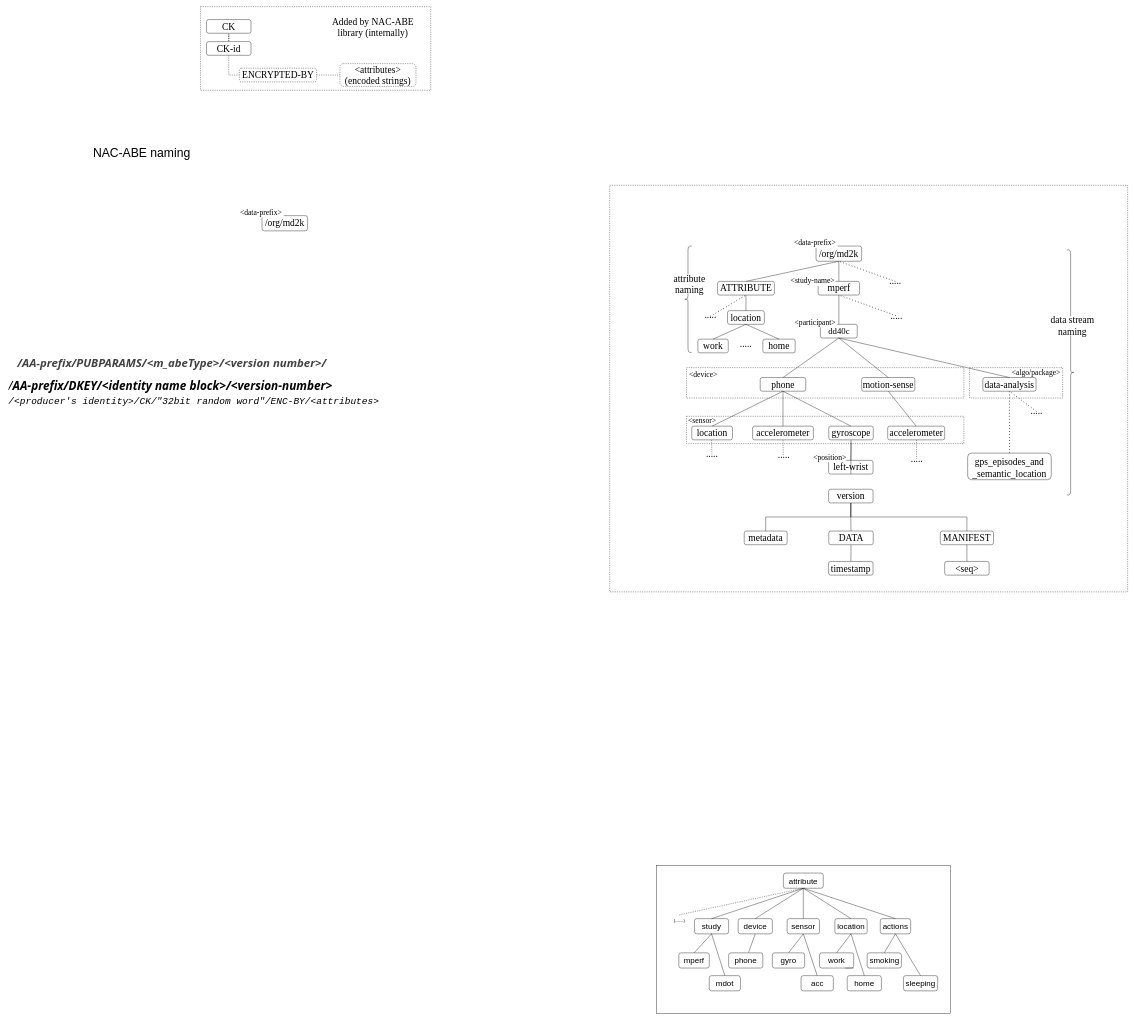
Earlier version of the draw.io diagram page "Namespace" (2 of 4) of docs/latest mGuard .drawio (dulalsaurab/new-mguard). Source tidied: cells renumbered, new cells numbered last; positions are measured from the earlier drawing's top-left corner, leaving out a move shared by most shapes. Both pictures are drawn from the tidied source at 38%, with x=0, y=0 at pixel (6, 6).
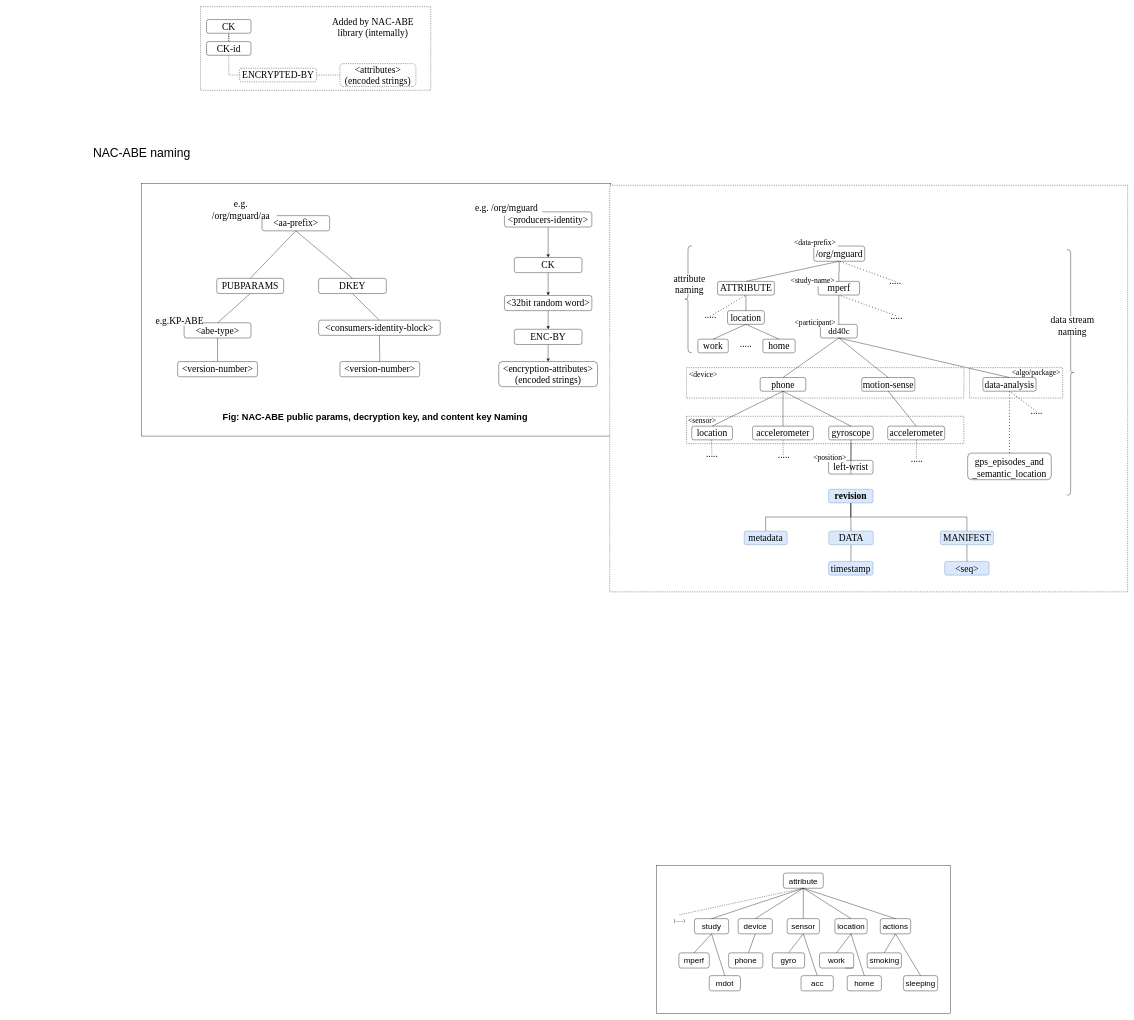
Above is the later version.

Change to the diagram source:
```diff
@@
+    <mxCell id="124" style="rounded=0;whiteSpace=wrap;html=1;" parent="1" vertex="1">
+      <mxGeometry x="355" y="465" width="1235" height="665" as="geometry" />
+    </mxCell>
@@
-    <mxCell id="8" value="&lt;font style=&quot;font-size: 25px&quot; face=&quot;Times New Roman&quot;&gt;/org/md2k&lt;/font&gt;" style="rounded=1;whiteSpace=wrap;html=1;fontStyle=0;" parent="1" vertex="1">
-      <mxGeometry x="2130" y="630" width="120" height="40" as="geometry" />
+    <mxCell id="8" value="&lt;font style=&quot;font-size: 25px&quot; face=&quot;Times New Roman&quot;&gt;/org/mguard&lt;/font&gt;" style="rounded=1;whiteSpace=wrap;html=1;fontStyle=0;" parent="1" vertex="1">
+      <mxGeometry x="2124" y="630" width="134" height="40" as="geometry" />
     </mxCell>
@@
-    <mxCell id="32" value="&lt;span style=&quot;font-size: 25px;&quot;&gt;DATA&lt;/span&gt;" style="rounded=1;whiteSpace=wrap;html=1;fontStyle=0;fontFamily=Times New Roman;fontSize=25;" parent="1" vertex="1">
+    <mxCell id="32" value="&lt;span style=&quot;font-size: 25px;&quot;&gt;DATA&lt;/span&gt;" style="rounded=1;whiteSpace=wrap;html=1;fontStyle=0;fontFamily=Times New Roman;fontSize=25;fillColor=#dae8fc;strokeColor=#6c8ebf;" parent="1" vertex="1">
       <mxGeometry x="2163.5" y="1380" width="117" height="36" as="geometry" />
     </mxCell>
-    <mxCell id="33" value="&lt;span style=&quot;font-size: 25px&quot;&gt;MANIFEST&lt;/span&gt;" style="rounded=1;whiteSpace=wrap;html=1;fontStyle=0;fontFamily=Times New Roman;fontSize=25;" parent="1" vertex="1">
+    <mxCell id="33" value="&lt;span style=&quot;font-size: 25px&quot;&gt;MANIFEST&lt;/span&gt;" style="rounded=1;whiteSpace=wrap;html=1;fontStyle=0;fontFamily=Times New Roman;fontSize=25;fillColor=#dae8fc;strokeColor=#6c8ebf;" parent="1" vertex="1">
       <mxGeometry x="2457" y="1380" width="140" height="36" as="geometry" />
     </mxCell>
-    <mxCell id="34" value="&lt;span style=&quot;font-size: 25px;&quot;&gt;&amp;lt;seq&amp;gt;&lt;/span&gt;" style="rounded=1;whiteSpace=wrap;html=1;fontStyle=0;fontFamily=Times New Roman;fontSize=25;" parent="1" vertex="1">
+    <mxCell id="34" value="&lt;span style=&quot;font-size: 25px;&quot;&gt;&amp;lt;seq&amp;gt;&lt;/span&gt;" style="rounded=1;whiteSpace=wrap;html=1;fontStyle=0;fontFamily=Times New Roman;fontSize=25;fillColor=#dae8fc;strokeColor=#6c8ebf;" parent="1" vertex="1">
       <mxGeometry x="2468.5" y="1460" width="117" height="36" as="geometry" />
     </mxCell>
-    <mxCell id="35" value="&lt;span style=&quot;font-size: 25px;&quot;&gt;timestamp&lt;/span&gt;" style="rounded=1;whiteSpace=wrap;html=1;fontStyle=0;fontFamily=Times New Roman;fontSize=25;" parent="1" vertex="1">
+    <mxCell id="35" value="&lt;span style=&quot;font-size: 25px;&quot;&gt;timestamp&lt;/span&gt;" style="rounded=1;whiteSpace=wrap;html=1;fontStyle=0;fontFamily=Times New Roman;fontSize=25;fillColor=#dae8fc;strokeColor=#6c8ebf;" parent="1" vertex="1">
       <mxGeometry x="2163" y="1460" width="117" height="36" as="geometry" />
     </mxCell>
@@
-    <mxCell id="108" value="&lt;span style=&quot;font-size: 25px;&quot;&gt;version&lt;/span&gt;" style="rounded=1;whiteSpace=wrap;html=1;fontStyle=0;fontFamily=Times New Roman;fontSize=25;" parent="1" vertex="1">
+    <mxCell id="108" value="&lt;span style=&quot;font-size: 25px;&quot;&gt;revision&lt;/span&gt;" style="rounded=1;whiteSpace=wrap;html=1;fontStyle=1;fontFamily=Times New Roman;fontSize=25;fillColor=#dae8fc;strokeColor=#6c8ebf;" parent="1" vertex="1">
       <mxGeometry x="2163" y="1270" width="117" height="36" as="geometry" />
     </mxCell>
-    <mxCell id="109" value="&lt;span style=&quot;font-size: 25px;&quot;&gt;metadata&lt;/span&gt;" style="rounded=1;whiteSpace=wrap;html=1;fontStyle=0;fontFamily=Times New Roman;fontSize=25;" parent="1" vertex="1">
+    <mxCell id="109" value="&lt;span style=&quot;font-size: 25px;&quot;&gt;metadata&lt;/span&gt;" style="rounded=1;whiteSpace=wrap;html=1;fontStyle=0;fontFamily=Times New Roman;fontSize=25;fillColor=#dae8fc;strokeColor=#6c8ebf;" parent="1" vertex="1">
       <mxGeometry x="1941" y="1380" width="113" height="36" as="geometry" />
     </mxCell>
@@
-    <mxCell id="120" value="&lt;font style=&quot;font-size: 25px&quot; face=&quot;Times New Roman&quot;&gt;/org/md2k&lt;/font&gt;" style="rounded=1;whiteSpace=wrap;html=1;fontStyle=0;" parent="1" vertex="1">
-      <mxGeometry x="672" y="550" width="120" height="40" as="geometry" />
+    <mxCell id="120" value="&lt;font style=&quot;font-size: 25px&quot;&gt;&amp;lt;aa-prefix&amp;gt;&lt;/font&gt;" style="rounded=1;whiteSpace=wrap;html=1;fontStyle=0;fontFamily=Times New Roman;" parent="1" vertex="1">
+      <mxGeometry x="672" y="550" width="178" height="40" as="geometry" />
     </mxCell>
-    <mxCell id="121" value="&amp;lt;data-prefix&amp;gt;" style="text;html=1;strokeColor=none;fillColor=default;align=center;verticalAlign=middle;whiteSpace=wrap;rounded=0;dashed=1;fontStyle=0;fontFamily=Times New Roman;fontSize=20;labelBackgroundColor=none;labelBorderColor=none;" parent="1" vertex="1">
-      <mxGeometry x="610" y="525" width="119" height="30" as="geometry" />
+    <mxCell id="121" value="&lt;font style=&quot;font-size: 25px;&quot;&gt;e.g. /org/mguard/aa&lt;/font&gt;" style="text;html=1;strokeColor=none;fillColor=default;align=center;verticalAlign=middle;whiteSpace=wrap;rounded=0;dashed=1;fontStyle=0;fontFamily=Times New Roman;fontSize=20;labelBackgroundColor=none;labelBorderColor=none;" parent="1" vertex="1">
+      <mxGeometry x="522" y="512" width="189" height="45" as="geometry" />
     </mxCell>
@@
-    <mxCell id="123" value="&lt;h1 style=&quot;font-size: 30px;&quot;&gt;&lt;i style=&quot;border-color: var(--border-color); font-family: inherit; font-variant-ligatures: inherit; font-variant-caps: inherit;&quot;&gt;&lt;b style=&quot;border-color: var(--border-color);&quot;&gt;&lt;/b&gt;&lt;span style=&quot;border: 0px; font-style: inherit; font-variant: inherit; font-weight: inherit; font-stretch: inherit; font-size: 12pt; line-height: inherit; font-family: Consolas, Courier, monospace; font-optical-sizing: inherit; font-kerning: inherit; font-feature-settings: inherit; font-variation-settings: inherit; margin: 0px; padding: 0px; vertical-align: baseline; color: inherit; background-color: transparent !important;&quot;&gt;&lt;/span&gt;&lt;/i&gt;&lt;i style=&quot;border-color: var(--border-color); font-family: inherit; font-variant-ligatures: inherit; font-variant-caps: inherit;&quot;&gt;&lt;b style=&quot;border-color: var(--border-color);&quot;&gt;&lt;/b&gt;&lt;span style=&quot;border: 0px; font-style: inherit; font-variant: inherit; font-weight: inherit; font-stretch: inherit; font-size: 12pt; line-height: inherit; font-family: Consolas, Courier, monospace; font-optical-sizing: inherit; font-kerning: inherit; font-feature-settings: inherit; font-variation-settings: inherit; margin: 0px; padding: 0px; vertical-align: baseline; color: inherit; background-color: transparent !important;&quot;&gt;&lt;/span&gt;&lt;/i&gt;&lt;i style=&quot;border-color: var(--border-color); font-family: inherit; font-variant-ligatures: inherit; font-variant-caps: inherit;&quot;&gt;&lt;b style=&quot;border-color: var(--border-color);&quot;&gt;&lt;/b&gt;&lt;span style=&quot;border: 0px; font-style: inherit; font-variant: inherit; font-weight: inherit; font-stretch: inherit; font-size: 12pt; line-height: inherit; font-family: Consolas, Courier, monospace; font-optical-sizing: inherit; font-kerning: inherit; font-feature-settings: inherit; font-variation-settings: inherit; margin: 0px; padding: 0px; vertical-align: baseline; color: inherit; background-color: transparent !important;&quot;&gt;&lt;/span&gt;&lt;/i&gt;&lt;div style=&quot;border: 0px; font-variant-numeric: inherit; font-variant-east-asian: inherit; font-variant-alternates: inherit; font-weight: 400; font-stretch: inherit; font-size: 15px; line-height: inherit; font-family: &amp;quot;Segoe UI&amp;quot;, &amp;quot;Segoe UI Web (West European)&amp;quot;, &amp;quot;Segoe UI&amp;quot;, -apple-system, &amp;quot;system-ui&amp;quot;, Roboto, &amp;quot;Helvetica Neue&amp;quot;, sans-serif; font-optical-sizing: inherit; font-kerning: inherit; font-feature-settings: inherit; font-variation-settings: inherit; margin: 0px; padding: 0px; vertical-align: baseline; background-color: rgb(255, 255, 255);&quot;&gt;&lt;i style=&quot;font-family: inherit; font-variant-caps: inherit; font-variant-ligatures: inherit;&quot;&gt;&lt;b&gt;&lt;span style=&quot;border: 0px; font-style: inherit; font-variant: inherit; font-weight: inherit; font-stretch: inherit; font-size: 12pt; line-height: inherit; font-optical-sizing: inherit; font-kerning: inherit; font-feature-settings: inherit; font-variation-settings: inherit; margin: 0px; padding: 0px; vertical-align: baseline; color: rgb(66, 66, 66) !important; background-color: transparent !important;&quot;&gt;&lt;/span&gt;&lt;/b&gt;&lt;/i&gt;&lt;/div&gt;&lt;i style=&quot;border-color: var(--border-color); font-family: inherit; font-variant-ligatures: inherit; font-variant-caps: inherit;&quot;&gt;&lt;span style=&quot;border: 0px; font-style: inherit; font-variant: inherit; font-weight: inherit; font-stretch: inherit; line-height: inherit; font-family: Consolas, Courier, monospace; font-optical-sizing: inherit; font-kerning: inherit; font-feature-settings: inherit; font-variation-settings: inherit; margin: 0px; padding: 0px; vertical-align: baseline; color: inherit; background-color: transparent !important;&quot;&gt;&lt;b style=&quot;border-color: var(--border-color);&quot;&gt;&lt;span style=&quot;border: 0px; font-style: inherit; font-variant: inherit; font-weight: inherit; font-stretch: inherit; line-height: inherit; font-optical-sizing: inherit; font-kerning: inherit; font-feature-settings: inherit; font-variation-settings: inherit; margin: 0px; padding: 0px; vertical-align: baseline; color: rgb(66, 66, 66) !important; background-color: transparent !important;&quot;&gt;&lt;span style=&quot;border: 0px; font-style: inherit; font-variant: inherit; font-weight: inherit; font-stretch: inherit; line-height: inherit; font-family: Tahoma, Geneva, sans-serif; font-optical-sizing: inherit; font-kerning: inherit; font-feature-settings: inherit; font-variation-settings: inherit; margin: 0px; padding: 0px; vertical-align: baseline; background-color: transparent !important;&quot;&gt;&amp;nbsp; &amp;nbsp;/AA-prefix/PUBPARAMS&lt;/span&gt;&lt;/span&gt;&lt;/b&gt;&lt;/span&gt;&lt;/i&gt;&lt;i style=&quot;font-family: inherit; font-weight: 400; font-variant-caps: inherit; font-variant-ligatures: inherit;&quot;&gt;&lt;b&gt;&lt;span style=&quot;border: 0px; font-style: inherit; font-variant: inherit; font-weight: inherit; font-stretch: inherit; line-height: inherit; font-optical-sizing: inherit; font-kerning: inherit; font-feature-settings: inherit; font-variation-settings: inherit; margin: 0px; padding: 0px; vertical-align: baseline; color: rgb(66, 66, 66) !important; background-color: transparent !important;&quot;&gt;&lt;span style=&quot;border: 0px; font-style: inherit; font-variant: inherit; font-weight: inherit; font-stretch: inherit; line-height: inherit; font-family: Tahoma, Geneva, sans-serif; font-optical-sizing: inherit; font-kerning: inherit; font-feature-settings: inherit; font-variation-settings: inherit; margin: 0px; padding: 0px; vertical-align: baseline; background-color: transparent !important;&quot;&gt;/&amp;lt;&lt;/span&gt;&lt;/span&gt;&lt;span style=&quot;border: 0px; font: inherit; margin: 0px; padding: 0px; vertical-align: baseline; color: inherit; background-color: transparent !important;&quot;&gt;&lt;span style=&quot;border: 0px; font: inherit; margin: 0px; padding: 0px; vertical-align: baseline; color: inherit;&quot;&gt;&lt;span style=&quot;border: 0px; font-style: inherit; font-variant: inherit; font-weight: inherit; font-stretch: inherit; line-height: inherit; font-family: Tahoma, Geneva, sans-serif; font-optical-sizing: inherit; font-kerning: inherit; font-feature-settings: inherit; font-variation-settings: inherit; margin: 0px; padding: 0px; vertical-align: baseline; color: rgb(66, 66, 66) !important; background-color: transparent !important;&quot;&gt;m_abeType&lt;/span&gt;&lt;/span&gt;&lt;/span&gt;&lt;span style=&quot;border: 0px; font-style: inherit; font-variant: inherit; font-weight: inherit; font-stretch: inherit; line-height: inherit; font-optical-sizing: inherit; font-kerning: inherit; font-feature-settings: inherit; font-variation-settings: inherit; margin: 0px; padding: 0px; vertical-align: baseline; color: rgb(66, 66, 66) !important; background-color: transparent !important;&quot;&gt;&lt;span style=&quot;border: 0px; font-style: inherit; font-variant: inherit; font-weight: inherit; font-stretch: inherit; line-height: inherit; font-family: Tahoma, Geneva, sans-serif; font-optical-sizing: inherit; font-kerning: inherit; font-feature-settings: inherit; font-variation-settings: inherit; margin: 0px; padding: 0px; vertical-align: baseline; background-color: transparent !important;&quot;&gt;&amp;gt;/&amp;lt;version number&amp;gt;/&lt;/span&gt;&lt;/span&gt;&lt;/b&gt;&lt;/i&gt;&lt;/h1&gt;&lt;div style=&quot;font-size: 31px;&quot;&gt;&lt;i style=&quot;font-family: Tahoma, Geneva, sans-serif; background-color: rgb(255, 255, 255);&quot;&gt;/&lt;b&gt;AA-prefix/DKEY/&amp;lt;identity name block&amp;gt;/&amp;lt;version-number&amp;gt;&lt;/b&gt;&lt;/i&gt;&lt;/div&gt;&lt;div style=&quot;&quot;&gt;&lt;i style=&quot;font-family: Consolas, Courier, monospace; background-color: rgb(255, 255, 255);&quot;&gt;&lt;font style=&quot;font-size: 25px;&quot;&gt;/&amp;lt;producer's identity&amp;gt;/CK/&quot;32bit random word&quot;/ENC-BY/&amp;lt;attributes&amp;gt;&lt;/font&gt;&lt;/i&gt;&lt;i style=&quot;font-size: 31px; font-family: Tahoma, Geneva, sans-serif; background-color: rgb(255, 255, 255);&quot;&gt;&lt;b&gt;&lt;br&gt;&lt;/b&gt;&lt;/i&gt;&lt;/div&gt;" style="text;html=1;strokeColor=none;fillColor=none;spacing=5;spacingTop=-20;whiteSpace=wrap;overflow=hidden;rounded=0;" parent="1" vertex="1">
-      <mxGeometry y="910" width="1520" height="410" as="geometry" />
-    </mxCell>
+    <mxCell id="125" style="edgeStyle=none;rounded=0;jettySize=auto;html=1;exitX=0.5;exitY=1;exitDx=0;exitDy=0;entryX=0.5;entryY=0;entryDx=0;entryDy=0;endArrow=none;endFill=0;" parent="1" edge="1" source="126" target="132">
+      <mxGeometry relative="1" as="geometry" />
+    </mxCell>
+    <mxCell id="126" value="&lt;font style=&quot;font-size: 25px&quot;&gt;PUBPARAMS&lt;/font&gt;" style="rounded=1;whiteSpace=wrap;html=1;fontStyle=0;fontFamily=Times New Roman;" parent="1" vertex="1">
+      <mxGeometry x="553" y="715" width="176" height="40" as="geometry" />
+    </mxCell>
+    <mxCell id="127" style="edgeStyle=none;rounded=0;jettySize=auto;html=1;exitX=0.5;exitY=1;exitDx=0;exitDy=0;entryX=0.5;entryY=0;entryDx=0;entryDy=0;endArrow=none;endFill=0;" parent="1" edge="1" source="128" target="138">
+      <mxGeometry relative="1" as="geometry" />
+    </mxCell>
+    <mxCell id="128" value="&lt;font style=&quot;font-size: 25px&quot;&gt;DKEY&lt;/font&gt;" style="rounded=1;whiteSpace=wrap;html=1;fontStyle=0;fontFamily=Times New Roman;" parent="1" vertex="1">
+      <mxGeometry x="821" y="715" width="178" height="40" as="geometry" />
+    </mxCell>
+    <mxCell id="129" style="endArrow=none;html=1;rounded=0;entryX=0.5;entryY=1;entryDx=0;entryDy=0;exitX=0.5;exitY=0;exitDx=0;exitDy=0;" parent="1" edge="1" source="126" target="120">
+      <mxGeometry relative="1" as="geometry" />
+    </mxCell>
+    <mxCell id="130" style="endArrow=none;html=1;rounded=0;entryX=0.5;entryY=1;entryDx=0;entryDy=0;exitX=0.5;exitY=0;exitDx=0;exitDy=0;" parent="1" edge="1" source="128" target="120">
+      <mxGeometry relative="1" as="geometry" />
+    </mxCell>
+    <mxCell id="131" style="edgeStyle=none;rounded=0;jettySize=auto;html=1;exitX=0.5;exitY=1;exitDx=0;exitDy=0;entryX=0.5;entryY=0;entryDx=0;entryDy=0;endArrow=none;endFill=0;" parent="1" edge="1" source="132" target="135">
+      <mxGeometry relative="1" as="geometry" />
+    </mxCell>
+    <mxCell id="132" value="&lt;font style=&quot;font-size: 25px;&quot;&gt;&amp;lt;abe-type&amp;gt;&lt;/font&gt;" style="rounded=1;whiteSpace=wrap;html=1;fontStyle=0;fontFamily=Times New Roman;" parent="1" vertex="1">
+      <mxGeometry x="467" y="832" width="176" height="40" as="geometry" />
+    </mxCell>
+    <mxCell id="133" style="edgeStyle=orthogonalEdgeStyle;rounded=0;orthogonalLoop=1;jettySize=auto;html=1;exitX=0.5;exitY=1;exitDx=0;exitDy=0;" parent="1" edge="1" source="126" target="126">
+      <mxGeometry relative="1" as="geometry" />
+    </mxCell>
+    <mxCell id="134" value="&lt;span style=&quot;color: rgb(0, 0, 0); font-family: &amp;quot;Times New Roman&amp;quot;; font-size: 25px; font-style: normal; font-variant-ligatures: normal; font-variant-caps: normal; font-weight: 400; letter-spacing: normal; orphans: 2; text-align: center; text-indent: 0px; text-transform: none; widows: 2; word-spacing: 0px; -webkit-text-stroke-width: 0px; background-color: rgb(251, 251, 251); text-decoration-thickness: initial; text-decoration-style: initial; text-decoration-color: initial; float: none; display: inline !important;&quot;&gt;e.g.KP-ABE&lt;/span&gt;" style="text;whiteSpace=wrap;html=1;" parent="1" vertex="1">
+      <mxGeometry x="390" y="805" width="130" height="34" as="geometry" />
+    </mxCell>
+    <mxCell id="135" value="&lt;font&gt;&lt;span style=&quot;font-size: 25px;&quot;&gt;&amp;lt;version-number&amp;gt;&lt;/span&gt;&lt;/font&gt;" style="rounded=1;whiteSpace=wrap;html=1;fontStyle=0;fontFamily=Times New Roman;" parent="1" vertex="1">
+      <mxGeometry x="450" y="934" width="210" height="40" as="geometry" />
+    </mxCell>
+    <mxCell id="136" value="&lt;font&gt;&lt;span style=&quot;font-size: 25px;&quot;&gt;&amp;lt;version-number&amp;gt;&lt;/span&gt;&lt;/font&gt;" style="rounded=1;whiteSpace=wrap;html=1;fontStyle=0;fontFamily=Times New Roman;" parent="1" vertex="1">
+      <mxGeometry x="877" y="934" width="210" height="40" as="geometry" />
+    </mxCell>
+    <mxCell id="137" style="edgeStyle=none;rounded=0;jettySize=auto;html=1;exitX=0.5;exitY=1;exitDx=0;exitDy=0;entryX=0.5;entryY=0;entryDx=0;entryDy=0;endArrow=none;endFill=0;" parent="1" edge="1" source="138" target="136">
+      <mxGeometry relative="1" as="geometry" />
+    </mxCell>
+    <mxCell id="138" value="&lt;font style=&quot;font-size: 25px;&quot;&gt;&amp;lt;consumers-identity-block&amp;gt;&lt;/font&gt;" style="rounded=1;whiteSpace=wrap;html=1;fontStyle=0;fontFamily=Times New Roman;" parent="1" vertex="1">
+      <mxGeometry x="821" y="825" width="320" height="40" as="geometry" />
+    </mxCell>
+    <mxCell id="139" style="edgeStyle=none;rounded=0;jettySize=auto;html=1;exitX=0.5;exitY=1;exitDx=0;exitDy=0;" parent="1" edge="1" source="140" target="143">
+      <mxGeometry relative="1" as="geometry" />
+    </mxCell>
+    <mxCell id="140" value="&lt;font style=&quot;font-size: 25px;&quot;&gt;&amp;lt;producers-identity&amp;gt;&lt;/font&gt;" style="rounded=1;whiteSpace=wrap;html=1;fontStyle=0;fontFamily=Times New Roman;" parent="1" vertex="1">
+      <mxGeometry x="1310" y="540" width="230" height="40" as="geometry" />
+    </mxCell>
+    <mxCell id="141" value="&lt;font face=&quot;Times New Roman&quot; style=&quot;font-size: 25px;&quot;&gt;e.g. /org/mguard&lt;/font&gt;" style="text;html=1;align=center;verticalAlign=middle;strokeColor=none;fillColor=default;" parent="1" vertex="1">
+      <mxGeometry x="1220" y="510" width="190" height="40" as="geometry" />
+    </mxCell>
+    <mxCell id="142" style="edgeStyle=none;rounded=0;jettySize=auto;html=1;exitX=0.5;exitY=1;exitDx=0;exitDy=0;" parent="1" edge="1" source="143" target="145">
+      <mxGeometry relative="1" as="geometry" />
+    </mxCell>
+    <mxCell id="143" value="&lt;font style=&quot;font-size: 25px&quot;&gt;CK&lt;/font&gt;" style="rounded=1;whiteSpace=wrap;html=1;fontStyle=0;fontFamily=Times New Roman;" parent="1" vertex="1">
+      <mxGeometry x="1336" y="660" width="178" height="40" as="geometry" />
+    </mxCell>
+    <mxCell id="144" style="edgeStyle=none;rounded=0;jettySize=auto;html=1;exitX=0.5;exitY=1;exitDx=0;exitDy=0;entryX=0.5;entryY=0;entryDx=0;entryDy=0;" parent="1" edge="1" source="145" target="148">
+      <mxGeometry relative="1" as="geometry" />
+    </mxCell>
+    <mxCell id="145" value="&lt;font style=&quot;font-size: 25px&quot;&gt;&amp;lt;32bit random word&amp;gt;&lt;/font&gt;" style="rounded=1;whiteSpace=wrap;html=1;fontStyle=0;fontFamily=Times New Roman;" parent="1" vertex="1">
+      <mxGeometry x="1310" y="760" width="230" height="40" as="geometry" />
+    </mxCell>
+    <mxCell id="146" value="&lt;font style=&quot;font-size: 25px&quot;&gt;&amp;lt;encryption-attributes&amp;gt;&lt;br&gt;(encoded strings)&lt;br&gt;&lt;/font&gt;" style="rounded=1;whiteSpace=wrap;html=1;fontStyle=0;fontFamily=Times New Roman;" parent="1" vertex="1">
+      <mxGeometry x="1295" y="934" width="260" height="66" as="geometry" />
+    </mxCell>
+    <mxCell id="147" style="edgeStyle=none;rounded=0;jettySize=auto;html=1;exitX=0.5;exitY=1;exitDx=0;exitDy=0;entryX=0.5;entryY=0;entryDx=0;entryDy=0;" parent="1" edge="1" source="148" target="146">
+      <mxGeometry relative="1" as="geometry" />
+    </mxCell>
+    <mxCell id="148" value="&lt;font style=&quot;font-size: 25px&quot;&gt;ENC-BY&lt;/font&gt;" style="rounded=1;whiteSpace=wrap;html=1;fontStyle=0;fontFamily=Times New Roman;" parent="1" vertex="1">
+      <mxGeometry x="1336" y="849" width="178" height="40" as="geometry" />
+    </mxCell>
+    <mxCell id="149" value="&lt;h1&gt;Fig: NAC-ABE public params, decryption key, and content key Naming&lt;/h1&gt;" style="text;html=1;strokeColor=none;fillColor=none;spacing=5;spacingTop=-20;whiteSpace=wrap;overflow=hidden;rounded=0;align=center;" parent="1" vertex="1">
+      <mxGeometry x="360" y="1060" width="1220" height="40" as="geometry" />
+    </mxCell>
```
